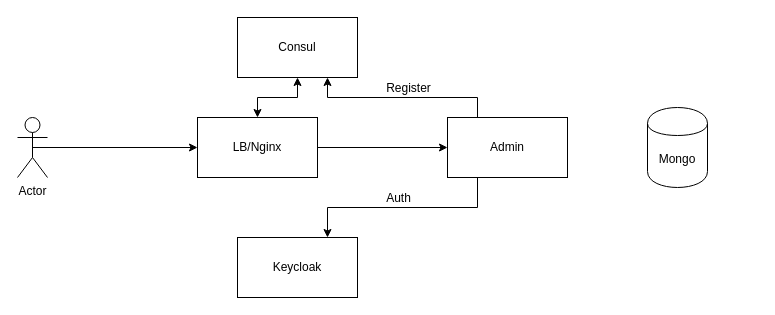
This is page "General" (1 of 2) of deployment.drawio from perandr/horeca, a draw.io file, before an edit. Source tidied: cells renumbered, new cells numbered last; positions are measured from the earlier drawing's top-left corner, leaving out a move shared by most shapes. Both pictures are drawn from the tidied source at 100%, with x=0, y=0 at pixel (17, 17).
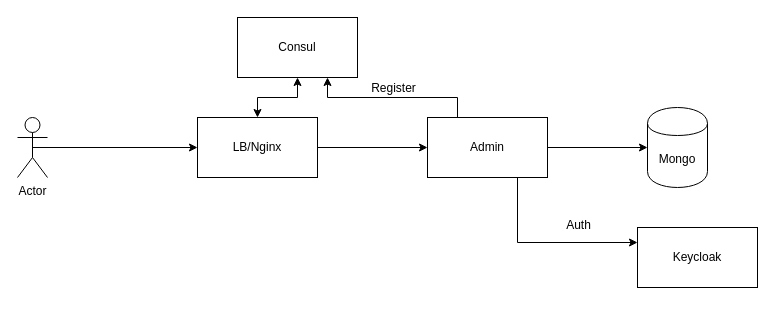
The same diagram, later.

Change to the diagram source:
```diff
@@
 <mxGraphModel>
   <root>
     <mxCell id="0" />
     <mxCell id="1" parent="0" />
     <mxCell id="2" style="edgeStyle=orthogonalEdgeStyle;rounded=0;jettySize=auto;html=1;exitX=0.5;exitY=0;exitDx=0;exitDy=0;startArrow=classic;startFill=1;" parent="1" edge="1" source="4" target="14">
       <mxGeometry relative="1" as="geometry" />
     </mxCell>
     <mxCell id="3" style="edgeStyle=orthogonalEdgeStyle;rounded=0;jettySize=auto;html=1;exitX=1;exitY=0.5;exitDx=0;exitDy=0;entryX=0;entryY=0.5;entryDx=0;entryDy=0;startArrow=none;startFill=0;" parent="1" edge="1" source="4" target="10">
       <mxGeometry relative="1" as="geometry" />
     </mxCell>
     <mxCell id="4" value="LB/Nginx" style="rounded=0;whiteSpace=wrap;html=1;" parent="1" vertex="1">
       <mxGeometry x="180" y="100" width="120" height="60" as="geometry" />
     </mxCell>
     <mxCell id="5" value="Keycloak" style="rounded=0;whiteSpace=wrap;html=1;" parent="1" vertex="1">
-      <mxGeometry x="220" y="220" width="120" height="60" as="geometry" />
+      <mxGeometry x="620" y="210" width="120" height="60" as="geometry" />
     </mxCell>
     <mxCell id="6" style="edgeStyle=orthogonalEdgeStyle;rounded=0;jettySize=auto;html=1;exitX=0.25;exitY=0;exitDx=0;exitDy=0;entryX=0.75;entryY=1;entryDx=0;entryDy=0;startArrow=none;startFill=0;" parent="1" edge="1" source="10" target="14">
       <mxGeometry relative="1" as="geometry" />
     </mxCell>
     <mxCell id="7" value="Register" style="text;html=1;align=center;verticalAlign=middle;" parent="6" vertex="1">
       <mxGeometry x="-0.46" y="-2" relative="1" as="geometry">
         <mxPoint x="-39" y="-8" as="offset" />
       </mxGeometry>
     </mxCell>
-    <mxCell id="8" style="edgeStyle=orthogonalEdgeStyle;rounded=0;jettySize=auto;html=1;exitX=0.25;exitY=1;exitDx=0;exitDy=0;entryX=0.75;entryY=0;entryDx=0;entryDy=0;startArrow=none;startFill=0;" parent="1" edge="1" source="10" target="5">
+    <mxCell id="8" style="edgeStyle=orthogonalEdgeStyle;rounded=0;jettySize=auto;html=1;exitX=0.75;exitY=1;exitDx=0;exitDy=0;entryX=0;entryY=0.25;entryDx=0;entryDy=0;startArrow=none;startFill=0;" parent="1" edge="1" source="10" target="5">
       <mxGeometry relative="1" as="geometry" />
     </mxCell>
     <mxCell id="9" value="Auth" style="text;html=1;align=center;verticalAlign=middle;" parent="8" vertex="1">
       <mxGeometry x="0.19" y="4" relative="1" as="geometry">
         <mxPoint x="15" y="-14" as="offset" />
       </mxGeometry>
     </mxCell>
+    <mxCell id="15" style="edgeStyle=orthogonalEdgeStyle;rounded=0;jettySize=auto;html=1;exitX=1;exitY=0.5;exitDx=0;exitDy=0;entryX=0;entryY=0.5;entryDx=0;entryDy=0;" parent="1" edge="1" source="10" target="11">
+      <mxGeometry relative="1" as="geometry" />
+    </mxCell>
     <mxCell id="10" value="Admin" style="rounded=0;whiteSpace=wrap;html=1;" parent="1" vertex="1">
-      <mxGeometry x="430" y="100" width="120" height="60" as="geometry" />
+      <mxGeometry x="410" y="100" width="120" height="60" as="geometry" />
     </mxCell>
     <mxCell id="11" value="Mongo" style="shape=cylinder;whiteSpace=wrap;html=1;boundedLbl=1;backgroundOutline=1;" parent="1" vertex="1">
       <mxGeometry x="630" y="90" width="60" height="80" as="geometry" />
     </mxCell>
     <mxCell id="12" style="edgeStyle=orthogonalEdgeStyle;rounded=0;jettySize=auto;html=1;exitX=0.5;exitY=0.5;exitDx=0;exitDy=0;exitPerimeter=0;entryX=0;entryY=0.5;entryDx=0;entryDy=0;" parent="1" edge="1" source="13" target="4">
       <mxGeometry relative="1" as="geometry" />
     </mxCell>
     <mxCell id="13" value="Actor" style="shape=umlActor;verticalLabelPosition=bottom;labelBackgroundColor=#ffffff;verticalAlign=top;html=1;outlineConnect=0;" parent="1" vertex="1">
       <mxGeometry y="100" width="30" height="60" as="geometry" />
     </mxCell>
     <mxCell id="14" value="Consul" style="rounded=0;whiteSpace=wrap;html=1;" parent="1" vertex="1">
       <mxGeometry x="220" width="120" height="60" as="geometry" />
     </mxCell>
   </root>
 </mxGraphModel>
```
